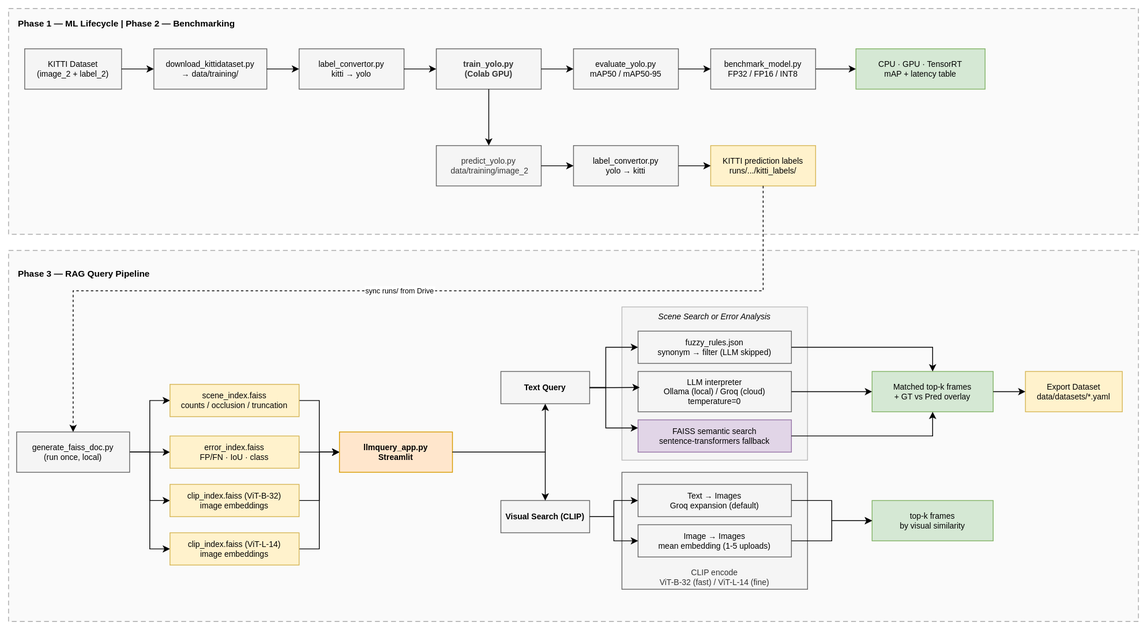
ran2810/Kitti_Yolo_Tracking keeps this draw.io diagram as architecture/Kitti-Yolo-Rag-pipeline.svg. Above is the earlier version. Source tidied: cells renumbered, new cells last; positions are measured from the earlier drawing's top-left corner, leaving out a move shared by most shapes.
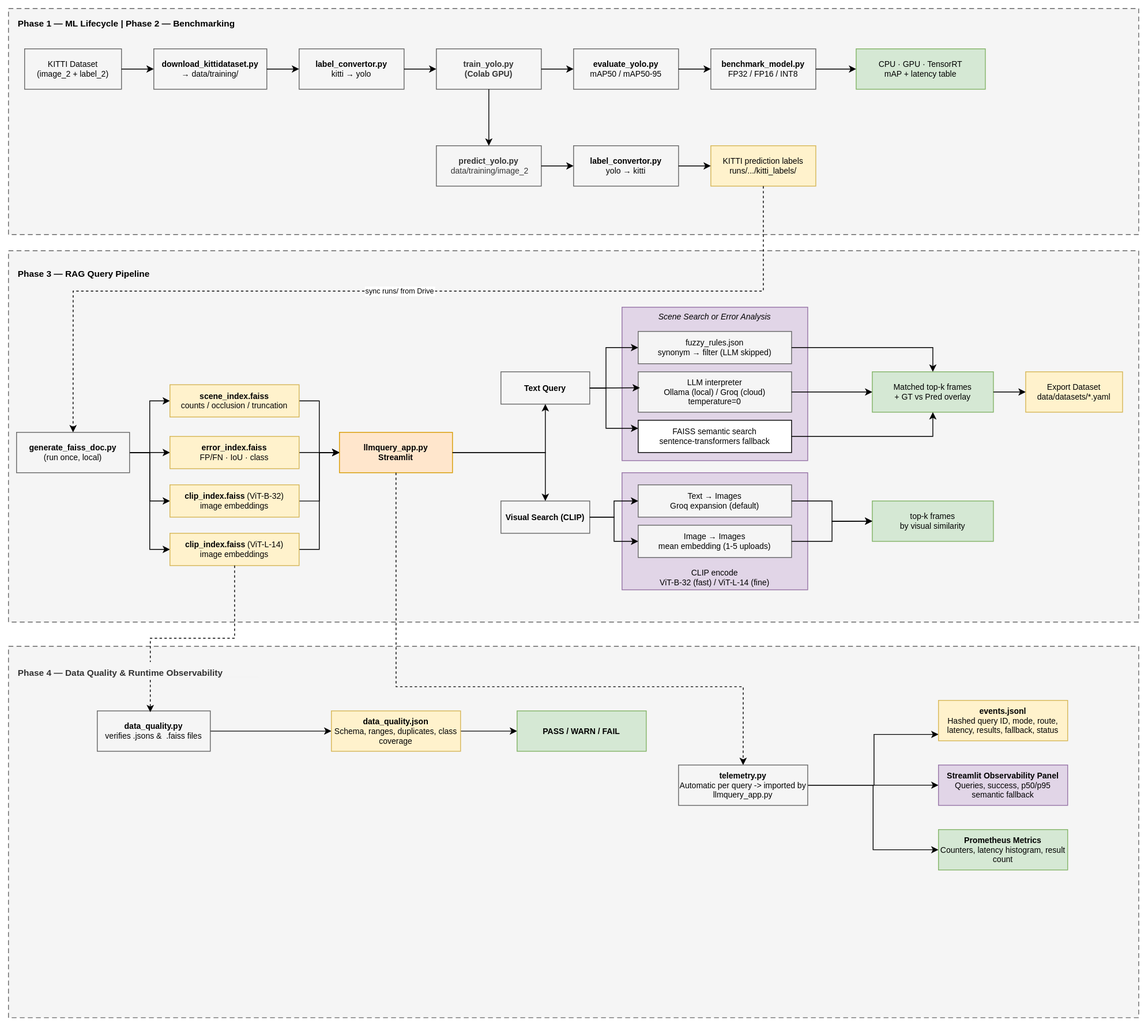
The same diagram one commit later.

Commit message:
added observability layer with prometheus

Diff of the diagram source:
```diff
@@ -2,16 +2,16 @@
   <root>
     <mxCell id="0" />
     <mxCell id="1" parent="0" />
-    <mxCell id="2" style="rounded=0;whiteSpace=wrap;html=1;fillColor=#fafafa;strokeColor=#aaaaaa;dashed=1;dashPattern=6 4;" parent="1" vertex="1">
+    <mxCell id="2" style="rounded=0;whiteSpace=wrap;html=1;fillColor=#f5f5f5;strokeColor=#666666;dashed=1;dashPattern=6 4;fontColor=#333333;" parent="1" vertex="1">
       <mxGeometry y="300" width="1400" height="460" as="geometry" />
     </mxCell>
-    <mxCell id="3" value="CLIP encode&#10;ViT-B-32 (fast) / ViT-L-14 (fine)" style="rounded=0;whiteSpace=wrap;html=1;fillColor=#f5f5f5;strokeColor=#666666;fontSize=10;fontColor=#333333;verticalAlign=bottom;" parent="1" vertex="1">
+    <mxCell id="3" value="CLIP encode&#10;ViT-B-32 (fast) / ViT-L-14 (fine)" style="rounded=0;whiteSpace=wrap;html=1;fillColor=#e1d5e7;strokeColor=#9673a6;fontSize=10;verticalAlign=bottom;" parent="1" vertex="1">
       <mxGeometry x="760" y="575" width="230" height="145" as="geometry" />
     </mxCell>
-    <mxCell id="4" value="Scene Search or Error Analysis" style="rounded=0;whiteSpace=wrap;html=1;fillColor=#f5f5f5;strokeColor=#bbbbbb;fontSize=10;fontStyle=2;align=center;verticalAlign=top;" parent="1" vertex="1">
+    <mxCell id="4" value="Scene Search or Error Analysis" style="rounded=0;whiteSpace=wrap;html=1;fillColor=#e1d5e7;strokeColor=#9673a6;fontSize=10;fontStyle=2;align=center;verticalAlign=top;" parent="1" vertex="1">
       <mxGeometry x="760" y="370" width="230" height="190" as="geometry" />
     </mxCell>
-    <mxCell id="5" style="rounded=0;whiteSpace=wrap;html=1;fillColor=#fafafa;strokeColor=#aaaaaa;dashed=1;dashPattern=6 4;" parent="1" vertex="1">
+    <mxCell id="5" style="rounded=0;whiteSpace=wrap;html=1;fillColor=#f5f5f5;strokeColor=#666666;dashed=1;dashPattern=6 4;fontColor=#333333;" parent="1" vertex="1">
       <mxGeometry width="1400" height="280" as="geometry" />
     </mxCell>
     <mxCell id="6" value="Phase 1 — ML Lifecycle   |   Phase 2 — Benchmarking" style="text;html=1;strokeColor=none;fillColor=none;align=left;verticalAlign=top;fontStyle=1;fontSize=11;" parent="1" vertex="1">
@@ -20,28 +20,28 @@
     <mxCell id="7" value="KITTI Dataset&#10;(image_2 + label_2)" style="rounded=0;whiteSpace=wrap;html=1;fillColor=#f5f5f5;strokeColor=#666666;fontSize=10;" parent="1" vertex="1">
       <mxGeometry x="20" y="50" width="120" height="50" as="geometry" />
     </mxCell>
-    <mxCell id="8" value="download_kittidataset.py&#10;→ data/training/" style="rounded=0;whiteSpace=wrap;html=1;fillColor=#f5f5f5;strokeColor=#666666;fontSize=10;" parent="1" vertex="1">
+    <mxCell id="8" value="&lt;b&gt;download_kittidataset.py&lt;/b&gt;&lt;br&gt;→ data/training/" style="rounded=0;whiteSpace=wrap;html=1;fillColor=#f5f5f5;strokeColor=#666666;fontSize=10;" parent="1" vertex="1">
       <mxGeometry x="180" y="50" width="140" height="50" as="geometry" />
     </mxCell>
-    <mxCell id="9" value="label_convertor.py&#10;kitti → yolo" style="rounded=0;whiteSpace=wrap;html=1;fillColor=#f5f5f5;strokeColor=#666666;fontSize=10;" parent="1" vertex="1">
+    <mxCell id="9" value="&lt;b&gt;label_convertor.py&lt;br&gt;&lt;/b&gt;kitti → yolo" style="rounded=0;whiteSpace=wrap;html=1;fillColor=#f5f5f5;strokeColor=#666666;fontSize=10;" parent="1" vertex="1">
       <mxGeometry x="360" y="50" width="130" height="50" as="geometry" />
     </mxCell>
     <mxCell id="10" value="train_yolo.py&lt;br&gt;(Colab GPU)" style="rounded=0;whiteSpace=wrap;html=1;fillColor=#f5f5f5;strokeColor=#666666;fontSize=10;fontStyle=1;fontColor=#333333;" parent="1" vertex="1">
       <mxGeometry x="530" y="50" width="130" height="50" as="geometry" />
     </mxCell>
-    <mxCell id="11" value="evaluate_yolo.py&#10;mAP50 / mAP50-95" style="rounded=0;whiteSpace=wrap;html=1;fillColor=#f5f5f5;strokeColor=#666666;fontSize=10;" parent="1" vertex="1">
+    <mxCell id="11" value="&lt;b&gt;evaluate_yolo.py&lt;/b&gt;&lt;br&gt;mAP50 / mAP50-95" style="rounded=0;whiteSpace=wrap;html=1;fillColor=#f5f5f5;strokeColor=#666666;fontSize=10;" parent="1" vertex="1">
       <mxGeometry x="700" y="50" width="130" height="50" as="geometry" />
     </mxCell>
-    <mxCell id="12" value="benchmark_model.py&#10;FP32 / FP16 / INT8" style="rounded=0;whiteSpace=wrap;html=1;fillColor=#f5f5f5;strokeColor=#666666;fontSize=10;" parent="1" vertex="1">
+    <mxCell id="12" value="&lt;b&gt;benchmark_model.py&lt;/b&gt;&lt;br&gt;FP32 / FP16 / INT8" style="rounded=0;whiteSpace=wrap;html=1;fillColor=#f5f5f5;strokeColor=#666666;fontSize=10;" parent="1" vertex="1">
       <mxGeometry x="870" y="50" width="130" height="50" as="geometry" />
     </mxCell>
     <mxCell id="13" value="CPU · GPU · TensorRT&#10;mAP + latency table" style="rounded=0;whiteSpace=wrap;html=1;fillColor=#d5e8d4;strokeColor=#82b366;fontSize=10;" parent="1" vertex="1">
       <mxGeometry x="1050" y="50" width="160" height="50" as="geometry" />
     </mxCell>
-    <mxCell id="14" value="predict_yolo.py&lt;div&gt;&amp;nbsp;data/training/image_2&lt;/div&gt;" style="rounded=0;whiteSpace=wrap;html=1;fillColor=#f5f5f5;strokeColor=#666666;fontSize=10;fontColor=#333333;" parent="1" vertex="1">
+    <mxCell id="14" value="&lt;b&gt;predict_yolo.py&lt;/b&gt;&lt;div&gt;&amp;nbsp;data/training/image_2&lt;/div&gt;" style="rounded=0;whiteSpace=wrap;html=1;fillColor=#f5f5f5;strokeColor=#666666;fontSize=10;fontColor=#333333;" parent="1" vertex="1">
       <mxGeometry x="530" y="170" width="130" height="50" as="geometry" />
     </mxCell>
-    <mxCell id="15" value="label_convertor.py&#10;yolo → kitti" style="rounded=0;whiteSpace=wrap;html=1;fillColor=#f5f5f5;strokeColor=#666666;fontSize=10;" parent="1" vertex="1">
+    <mxCell id="15" value="&lt;b&gt;label_convertor.py&lt;/b&gt;&lt;br&gt;yolo → kitti" style="rounded=0;whiteSpace=wrap;html=1;fillColor=#f5f5f5;strokeColor=#666666;fontSize=10;" parent="1" vertex="1">
       <mxGeometry x="700" y="170" width="130" height="50" as="geometry" />
     </mxCell>
     <mxCell id="16" value="KITTI prediction labels&#10;runs/.../kitti_labels/" style="rounded=0;whiteSpace=wrap;html=1;fillColor=#fff2cc;strokeColor=#d6b656;fontSize=10;" parent="1" vertex="1">
@@ -97,19 +97,19 @@
     <mxCell id="31" style="edgeStyle=orthogonalEdgeStyle;rounded=0;jettySize=auto;html=1;entryX=0;entryY=0.5;entryDx=0;entryDy=0;" parent="1" edge="1" source="32" target="64">
       <mxGeometry relative="1" as="geometry" />
     </mxCell>
-    <mxCell id="32" value="generate_faiss_doc.py&#10;(run once, local)" style="rounded=0;whiteSpace=wrap;html=1;fillColor=#f5f5f5;strokeColor=#666666;fontSize=10;" parent="1" vertex="1">
+    <mxCell id="32" value="&lt;b&gt;generate_faiss_doc.py&lt;/b&gt;&lt;br&gt;(run once, local)" style="rounded=0;whiteSpace=wrap;html=1;fillColor=#f5f5f5;strokeColor=#666666;fontSize=10;" parent="1" vertex="1">
       <mxGeometry x="10" y="525" width="140" height="50" as="geometry" />
     </mxCell>
     <mxCell id="33" style="edgeStyle=orthogonalEdgeStyle;rounded=0;jettySize=auto;html=1;entryX=0;entryY=0.5;entryDx=0;entryDy=0;" parent="1" edge="1" source="34" target="38">
       <mxGeometry relative="1" as="geometry" />
     </mxCell>
-    <mxCell id="34" value="scene_index.faiss&#10;counts / occlusion / truncation" style="rounded=0;whiteSpace=wrap;html=1;fillColor=#fff2cc;strokeColor=#d6b656;fontSize=10;" parent="1" vertex="1">
+    <mxCell id="34" value="&lt;b&gt;scene_index.faiss&lt;/b&gt;&lt;br&gt;counts / occlusion / truncation" style="rounded=0;whiteSpace=wrap;html=1;fillColor=#fff2cc;strokeColor=#d6b656;fontSize=10;" parent="1" vertex="1">
       <mxGeometry x="200" y="466" width="160" height="40" as="geometry" />
     </mxCell>
     <mxCell id="35" style="edgeStyle=orthogonalEdgeStyle;rounded=0;jettySize=auto;html=1;" parent="1" edge="1" source="36" target="38">
       <mxGeometry relative="1" as="geometry" />
     </mxCell>
-    <mxCell id="36" value="error_index.faiss&#10;FP/FN · IoU · class" style="rounded=0;whiteSpace=wrap;html=1;fillColor=#fff2cc;strokeColor=#d6b656;fontSize=10;" parent="1" vertex="1">
+    <mxCell id="36" value="&lt;b&gt;error_index.faiss&lt;/b&gt;&lt;br&gt;FP/FN · IoU · class" style="rounded=0;whiteSpace=wrap;html=1;fillColor=#fff2cc;strokeColor=#d6b656;fontSize=10;" parent="1" vertex="1">
       <mxGeometry x="200" y="530" width="160" height="40" as="geometry" />
     </mxCell>
     <mxCell id="37" style="edgeStyle=orthogonalEdgeStyle;rounded=0;jettySize=auto;html=1;entryX=0;entryY=0.5;entryDx=0;entryDy=0;" parent="1" edge="1" target="38">
@@ -142,7 +142,7 @@
     <mxCell id="44" value="LLM interpreter&#10;Ollama (local) / Groq (cloud)&#10;temperature=0" style="rounded=0;whiteSpace=wrap;html=1;fillColor=#f5f5f5;strokeColor=#666666;fontSize=10;" parent="1" vertex="1">
       <mxGeometry x="780" y="450" width="190" height="50" as="geometry" />
     </mxCell>
-    <mxCell id="45" value="FAISS semantic search&#10;sentence-transformers fallback" style="rounded=0;whiteSpace=wrap;html=1;fillColor=#e1d5e7;strokeColor=#9673a6;fontSize=10;" parent="1" vertex="1">
+    <mxCell id="45" value="FAISS semantic search&#10;sentence-transformers fallback" style="rounded=0;whiteSpace=wrap;html=1;fontSize=10;" parent="1" vertex="1">
       <mxGeometry x="780" y="510" width="190" height="40" as="geometry" />
     </mxCell>
     <mxCell id="46" style="rounded=0;edgeStyle=orthogonalEdgeStyle;" parent="1" edge="1" source="39" target="43">
@@ -202,7 +202,7 @@
     <mxCell id="60" style="edgeStyle=orthogonalEdgeStyle;rounded=0;jettySize=auto;html=1;entryX=0;entryY=0.5;entryDx=0;entryDy=0;" parent="1" edge="1" source="61" target="38">
       <mxGeometry relative="1" as="geometry" />
     </mxCell>
-    <mxCell id="61" value="clip_index.faiss (ViT-L-14)&lt;br&gt;image embeddings" style="rounded=0;whiteSpace=wrap;html=1;fillColor=#fff2cc;strokeColor=#d6b656;fontSize=10;" parent="1" vertex="1">
+    <mxCell id="61" value="&lt;b&gt;clip_index.faiss &lt;/b&gt;(ViT-L-14)&lt;br&gt;image embeddings" style="rounded=0;whiteSpace=wrap;html=1;fillColor=#fff2cc;strokeColor=#d6b656;fontSize=10;" parent="1" vertex="1">
       <mxGeometry x="200" y="650" width="160" height="40" as="geometry" />
     </mxCell>
     <mxCell id="62" style="edgeStyle=orthogonalEdgeStyle;rounded=0;jettySize=auto;html=1;entryX=0;entryY=0.5;entryDx=0;entryDy=0;" parent="1" edge="1" source="55" target="59">
@@ -211,8 +211,71 @@
     <mxCell id="63" style="edgeStyle=orthogonalEdgeStyle;rounded=0;jettySize=auto;html=1;entryX=0;entryY=0.5;entryDx=0;entryDy=0;" parent="1" edge="1" source="56" target="59">
       <mxGeometry relative="1" as="geometry" />
     </mxCell>
-    <mxCell id="64" value="clip_index.faiss (ViT-B-32)&lt;br&gt;image embeddings" style="rounded=0;whiteSpace=wrap;html=1;fillColor=#fff2cc;strokeColor=#d6b656;fontSize=10;" parent="1" vertex="1">
+    <mxCell id="64" value="&lt;b&gt;clip_index.faiss&lt;/b&gt; (ViT-B-32)&lt;br&gt;image embeddings" style="rounded=0;whiteSpace=wrap;html=1;fillColor=#fff2cc;strokeColor=#d6b656;fontSize=10;" parent="1" vertex="1">
       <mxGeometry x="200" y="590" width="160" height="40" as="geometry" />
     </mxCell>
+    <mxCell id="65" style="rounded=0;whiteSpace=wrap;html=1;fillColor=#f5f5f5;strokeColor=#666666;dashed=1;dashPattern=6 4;fontColor=#333333;" parent="1" vertex="1">
+      <mxGeometry y="790" width="1400" height="460" as="geometry" />
+    </mxCell>
+    <mxCell id="66" style="edgeStyle=orthogonalEdgeStyle;rounded=0;jettySize=auto;html=1;" parent="1" edge="1" source="67" target="72">
+      <mxGeometry relative="1" as="geometry" />
+    </mxCell>
+    <mxCell id="67" value="&lt;b&gt;data_quality.py&lt;/b&gt;&lt;div&gt;verifies .jsons &amp;amp;&amp;nbsp; .faiss files&lt;/div&gt;" style="rounded=0;whiteSpace=wrap;html=1;fillColor=#f5f5f5;strokeColor=#666666;fontSize=10;" parent="1" vertex="1">
+      <mxGeometry x="110" y="870" width="140" height="50" as="geometry" />
+    </mxCell>
+    <mxCell id="68" style="edgeStyle=orthogonalEdgeStyle;rounded=0;jettySize=auto;html=1;entryX=0.469;entryY=0.032;entryDx=0;entryDy=0;dashed=1;entryPerimeter=0;" parent="1" edge="1" source="61" target="67">
+      <mxGeometry relative="1" as="geometry">
+        <Array as="points">
+          <mxPoint x="280" y="780" />
+          <mxPoint x="176" y="780" />
+        </Array>
+      </mxGeometry>
+    </mxCell>
+    <mxCell id="69" value="Phase 4 — Data Quality &amp;amp; Runtime Observability" style="text;html=1;align=left;verticalAlign=top;fontStyle=1;fontSize=11;fillColor=#f5f5f5;fontColor=#333333;strokeColor=light-dark(#f5f5f5, #959595);" parent="1" vertex="1">
+      <mxGeometry x="10" y="810" width="300" height="18" as="geometry" />
+    </mxCell>
+    <mxCell id="70" style="edgeStyle=orthogonalEdgeStyle;rounded=0;jettySize=auto;html=1;" parent="1" edge="1" source="72" target="73">
+      <mxGeometry relative="1" as="geometry" />
+    </mxCell>
+    <mxCell id="71" style="edgeStyle=orthogonalEdgeStyle;rounded=0;jettySize=auto;html=1;entryX=0.5;entryY=0;entryDx=0;entryDy=0;dashed=1;exitX=0.5;exitY=1;exitDx=0;exitDy=0;" parent="1" edge="1" source="38" target="77">
+      <mxGeometry relative="1" as="geometry">
+        <Array as="points">
+          <mxPoint x="480" y="840" />
+          <mxPoint x="910" y="840" />
+        </Array>
+      </mxGeometry>
+    </mxCell>
+    <mxCell id="72" value="&lt;b&gt;data_quality.json&lt;/b&gt;&lt;div&gt;Schema, ranges, duplicates, class coverage&lt;/div&gt;" style="rounded=0;whiteSpace=wrap;html=1;fillColor=#fff2cc;strokeColor=#d6b656;fontSize=10;" parent="1" vertex="1">
+      <mxGeometry x="400" y="870" width="160" height="50" as="geometry" />
+    </mxCell>
+    <mxCell id="73" value="&lt;b&gt;PASS / WARN / FAIL&lt;/b&gt;" style="rounded=0;whiteSpace=wrap;html=1;fillColor=#d5e8d4;strokeColor=#82b366;fontSize=10;" parent="1" vertex="1">
+      <mxGeometry x="630" y="870" width="160" height="50" as="geometry" />
+    </mxCell>
+    <mxCell id="74" style="edgeStyle=orthogonalEdgeStyle;rounded=0;jettySize=auto;html=1;" parent="1" edge="1" source="77" target="78">
+      <mxGeometry relative="1" as="geometry">
+        <Array as="points">
+          <mxPoint x="1072" y="962" />
+          <mxPoint x="1072" y="899" />
+        </Array>
+      </mxGeometry>
+    </mxCell>
+    <mxCell id="75" style="edgeStyle=orthogonalEdgeStyle;rounded=0;jettySize=auto;html=1;entryX=0;entryY=0.5;entryDx=0;entryDy=0;" parent="1" edge="1" source="77" target="79">
+      <mxGeometry relative="1" as="geometry" />
+    </mxCell>
+    <mxCell id="76" style="edgeStyle=orthogonalEdgeStyle;rounded=0;jettySize=auto;html=1;entryX=0;entryY=0.5;entryDx=0;entryDy=0;" parent="1" edge="1" source="77" target="80">
+      <mxGeometry relative="1" as="geometry" />
+    </mxCell>
+    <mxCell id="77" value="&lt;b&gt;telemetry.py&lt;/b&gt;&lt;div&gt;Automatic per query -&amp;gt; imported by llmquery_app.py&lt;/div&gt;" style="rounded=0;whiteSpace=wrap;html=1;fillColor=#f5f5f5;strokeColor=#666666;fontSize=10;" parent="1" vertex="1">
+      <mxGeometry x="830" y="937" width="160" height="50" as="geometry" />
+    </mxCell>
+    <mxCell id="78" value="&lt;b&gt;events.jsonl&lt;/b&gt;&lt;div&gt;Hashed query ID, mode, route, latency, results, fallback, status&lt;/div&gt;" style="rounded=0;whiteSpace=wrap;html=1;fillColor=#fff2cc;strokeColor=#d6b656;fontSize=10;" parent="1" vertex="1">
+      <mxGeometry x="1152" y="857" width="160" height="50" as="geometry" />
+    </mxCell>
+    <mxCell id="79" value="&lt;b&gt;Streamlit Observability Panel&lt;/b&gt;&lt;div&gt;Queries, success, p50/p95&lt;/div&gt;&lt;div&gt;semantic fallback&lt;/div&gt;" style="rounded=0;whiteSpace=wrap;html=1;fillColor=#e1d5e7;strokeColor=#9673a6;fontSize=10;" parent="1" vertex="1">
+      <mxGeometry x="1152" y="937" width="160" height="50" as="geometry" />
+    </mxCell>
+    <mxCell id="80" value="&lt;b&gt;Prometheus Metrics&lt;/b&gt;&lt;div&gt;Counters, latency histogram, result count&lt;/div&gt;" style="rounded=0;whiteSpace=wrap;html=1;fillColor=#d5e8d4;strokeColor=#82b366;fontSize=10;" parent="1" vertex="1">
+      <mxGeometry x="1152" y="1017" width="160" height="50" as="geometry" />
+    </mxCell>
   </root>
 </mxGraphModel>
```
